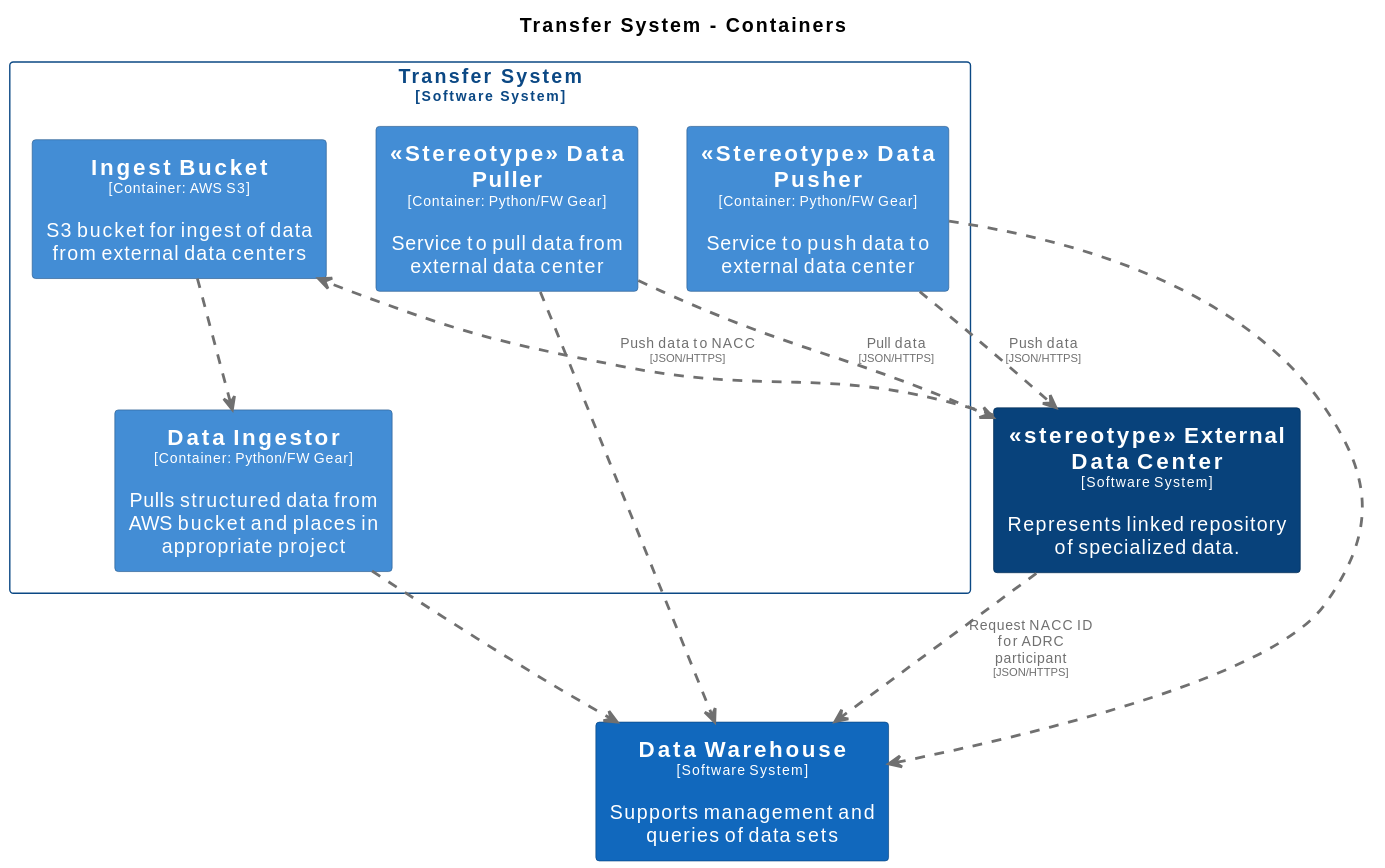
This is docs/images/structurizr-TransferContainers.svg from naccdata/system-design, a PlantUML export, as it was before one commit.
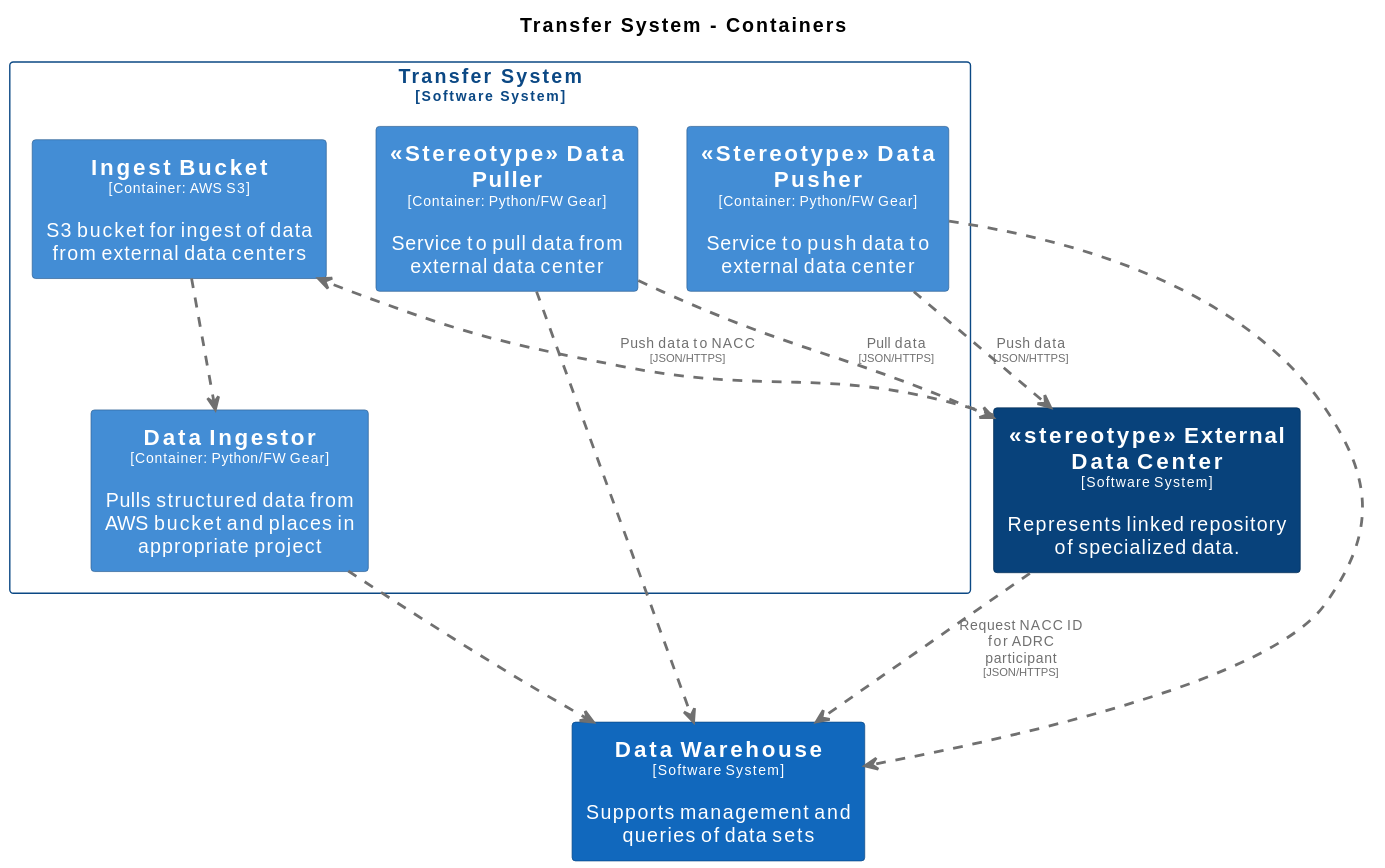
After the commit.

Change to the diagram source:
```diff
@@ -52,18 +52,18 @@
   skinparam RectangleBorderColor<<TransferSystem>> #0b4884
   skinparam RectangleFontColor<<TransferSystem>> #0b4884
 
+  rectangle "==<<Stereotype>> Data Puller\n<size:10>[Container: Python/FW Gear]</size>\n\nService to pull data from external data center" <<TransferSystem.StereotypeDataPuller>> as TransferSystem.StereotypeDataPuller
+  rectangle "==<<Stereotype>> Data Pusher\n<size:10>[Container: Python/FW Gear]</size>\n\nService to push data to external data center" <<TransferSystem.StereotypeDataPusher>> as TransferSystem.StereotypeDataPusher
   rectangle "==Data Ingestor\n<size:10>[Container: Python/FW Gear]</size>\n\nPulls structured data from AWS bucket and places in appropriate project" <<TransferSystem.DataIngestor>> as TransferSystem.DataIngestor
   rectangle "==Ingest Bucket\n<size:10>[Container: AWS S3]</size>\n\nS3 bucket for ingest of data from external data centers" <<TransferSystem.IngestBucket>> as TransferSystem.IngestBucket
-  rectangle "==<<Stereotype>> Data Puller\n<size:10>[Container: Python/FW Gear]</size>\n\nService to pull data from external data center" <<TransferSystem.StereotypeDataPuller>> as TransferSystem.StereotypeDataPuller
-  rectangle "==<<Stereotype>> Data Pusher\n<size:10>[Container: Python/FW Gear]</size>\n\nService to push data to external data center" <<TransferSystem.StereotypeDataPusher>> as TransferSystem.StereotypeDataPusher
 }
 
-TransferSystem.DataIngestor .[#707070,thickness=2].> DataWarehouse : "<color:#707070>"
-TransferSystem.IngestBucket .[#707070,thickness=2].> TransferSystem.DataIngestor : "<color:#707070>"
 TransferSystem.StereotypeDataPuller .[#707070,thickness=2].> DataWarehouse : "<color:#707070>"
 TransferSystem.StereotypeDataPusher .[#707070,thickness=2].> DataWarehouse : "<color:#707070>"
 stereotypeExternalDataCenter .[#707070,thickness=2].> DataWarehouse : "<color:#707070>Request NACC ID for ADRC participant\n<color:#707070><size:8>[JSON/HTTPS]</size>"
 stereotypeExternalDataCenter .[#707070,thickness=2].> TransferSystem.IngestBucket : "<color:#707070>Push data to NACC\n<color:#707070><size:8>[JSON/HTTPS]</size>"
 TransferSystem.StereotypeDataPuller .[#707070,thickness=2].> stereotypeExternalDataCenter : "<color:#707070>Pull data\n<color:#707070><size:8>[JSON/HTTPS]</size>"
 TransferSystem.StereotypeDataPusher .[#707070,thickness=2].> stereotypeExternalDataCenter : "<color:#707070>Push data\n<color:#707070><size:8>[JSON/HTTPS]</size>"
+TransferSystem.DataIngestor .[#707070,thickness=2].> DataWarehouse : "<color:#707070>"
+TransferSystem.IngestBucket .[#707070,thickness=2].> TransferSystem.DataIngestor : "<color:#707070>"
 @enduml
```
